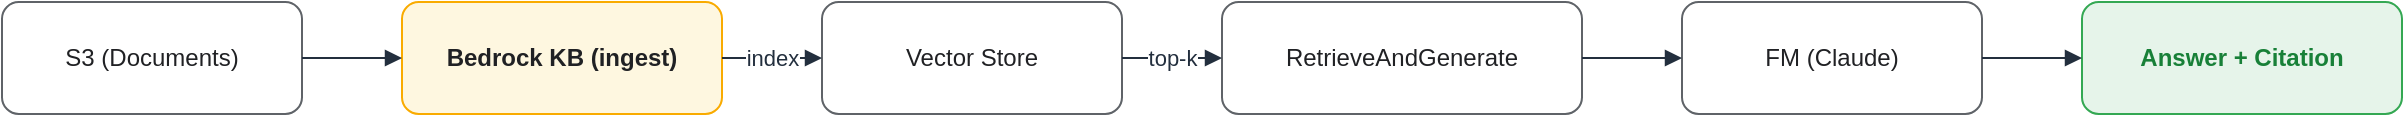
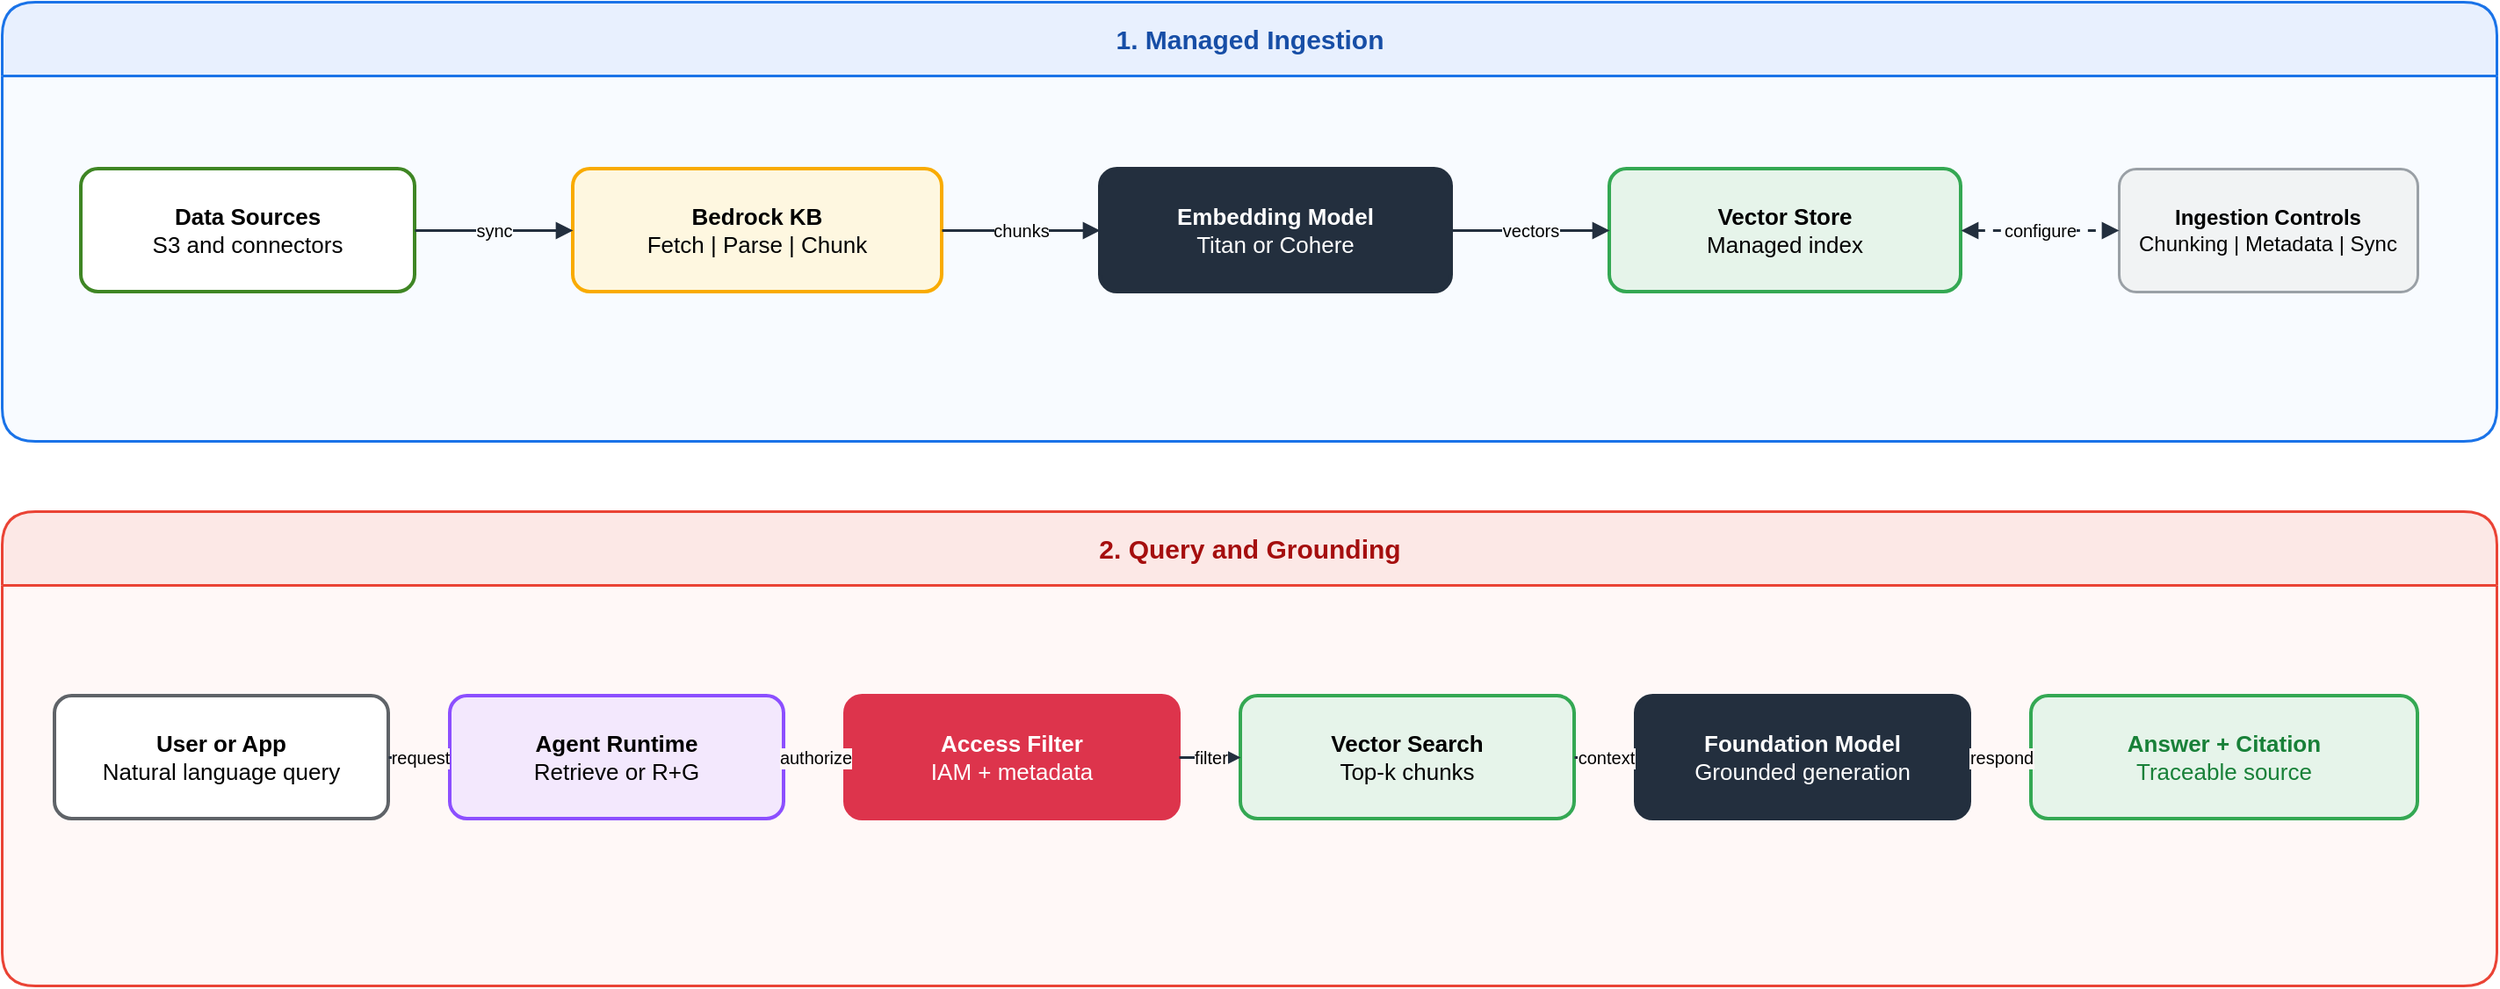
<mxfile host="app.diagrams.net">
  <diagram id="bedrock-kb" name="Bedrock Knowledge Base">
-     <mxGraphModel dx="1300" dy="400" grid="0" gridSize="10" guides="1" tooltips="1" connect="1" arrows="1" fold="1" page="1" pageScale="1" pageWidth="1300" pageHeight="220" math="0" shadow="0">
+     <mxGraphModel dx="1500" dy="640" grid="0" gridSize="10" guides="1" tooltips="1" connect="1" arrows="1" fold="1" page="1" pageScale="1" pageWidth="1500" pageHeight="640" math="0" shadow="0">
      <root>
        <mxCell id="0" />
        <mxCell id="1" parent="0" />
-         <mxCell id="s3" value="S3 (Documents)" style="rounded=1;whiteSpace=wrap;html=1;fillColor=#FFFFFF;strokeColor=#5F6368;shadow=0;fontSize=12;fontColor=#202124;" vertex="1" parent="1">
-           <mxGeometry x="20" y="70" width="150" height="56" as="geometry" />
+         <mxCell id="ingestion-lane" value="&lt;font style=&quot;color: rgb(23, 78, 166);&quot;&gt;1. Managed Ingestion&lt;/font&gt;" style="swimlane;html=1;rounded=1;startSize=42;fillColor=#E8F0FE;swimlaneFillColor=#F8FBFF;strokeColor=#1A73E8;strokeWidth=1.5;fontSize=15;fontStyle=1;fontColor=#174EA6;shadow=0;" vertex="1" parent="1">
+           <mxGeometry x="40" y="30" width="1420" height="250" as="geometry" />
        </mxCell>
-         <mxCell id="kb" value="Bedrock KB (ingest)" style="rounded=1;whiteSpace=wrap;html=1;fillColor=#FEF7E0;strokeColor=#F9AB00;shadow=0;fontSize=12;fontColor=#202124;fontStyle=1;" vertex="1" parent="1">
-           <mxGeometry x="220" y="70" width="160" height="56" as="geometry" />
+         <mxCell id="query-lane" value="&lt;font style=&quot;color: rgb(165, 14, 14);&quot;&gt;2. Query and Grounding&lt;/font&gt;" style="swimlane;html=1;rounded=1;startSize=42;fillColor=#FCE8E6;swimlaneFillColor=#FFF8F7;strokeColor=#EA4335;strokeWidth=1.5;fontSize=15;fontStyle=1;fontColor=#A50E0E;shadow=0;" vertex="1" parent="1">
+           <mxGeometry x="40" y="320" width="1420" height="270" as="geometry" />
        </mxCell>
-         <mxCell id="vstore" value="Vector Store" style="rounded=1;whiteSpace=wrap;html=1;fillColor=#FFFFFF;strokeColor=#5F6368;shadow=0;fontSize=12;fontColor=#202124;" vertex="1" parent="1">
-           <mxGeometry x="430" y="70" width="150" height="56" as="geometry" />
+         <mxCell id="data-sources" value="&lt;font style=&quot;color: rgb(0, 0, 0);&quot;&gt;&lt;b&gt;Data Sources&lt;/b&gt;&lt;br&gt;S3 and connectors&lt;/font&gt;" style="rounded=1;arcSize=14;whiteSpace=wrap;html=1;fillColor=#FFFFFF;strokeColor=#3F8624;strokeWidth=2;fontSize=13;fontColor=#000000;shadow=0;" vertex="1" parent="1">
+           <mxGeometry x="85" y="125" width="190" height="70" as="geometry" />
        </mxCell>
-         <mxCell id="rag" value="RetrieveAndGenerate" style="rounded=1;whiteSpace=wrap;html=1;fillColor=#FFFFFF;strokeColor=#5F6368;shadow=0;fontSize=12;fontColor=#202124;" vertex="1" parent="1">
-           <mxGeometry x="630" y="70" width="180" height="56" as="geometry" />
+         <mxCell id="kb-ingestion" value="&lt;font style=&quot;color: rgb(0, 0, 0);&quot;&gt;&lt;b&gt;Bedrock KB&lt;/b&gt;&lt;br&gt;Fetch | Parse | Chunk&lt;/font&gt;" style="rounded=1;arcSize=14;whiteSpace=wrap;html=1;fillColor=#FEF7E0;strokeColor=#F9AB00;strokeWidth=2;fontSize=13;fontColor=#000000;shadow=0;" vertex="1" parent="1">
+           <mxGeometry x="365" y="125" width="210" height="70" as="geometry" />
        </mxCell>
-         <mxCell id="fm" value="FM (Claude)" style="rounded=1;whiteSpace=wrap;html=1;fillColor=#FFFFFF;strokeColor=#5F6368;shadow=0;fontSize=12;fontColor=#202124;" vertex="1" parent="1">
-           <mxGeometry x="860" y="70" width="150" height="56" as="geometry" />
+         <mxCell id="embedding-model" value="&lt;font style=&quot;color: rgb(255, 255, 255);&quot;&gt;&lt;b&gt;Embedding Model&lt;/b&gt;&lt;br&gt;Titan or Cohere&lt;/font&gt;" style="rounded=1;arcSize=14;whiteSpace=wrap;html=1;fillColor=#232F3E;strokeColor=#232F3E;strokeWidth=2;fontSize=13;fontColor=#FFFFFF;shadow=0;" vertex="1" parent="1">
+           <mxGeometry x="665" y="125" width="200" height="70" as="geometry" />
        </mxCell>
-         <mxCell id="answer" value="Answer + Citation" style="rounded=1;whiteSpace=wrap;html=1;fillColor=#E6F4EA;strokeColor=#34A853;shadow=0;fontSize=12;fontColor=#188038;fontStyle=1;" vertex="1" parent="1">
-           <mxGeometry x="1060" y="70" width="160" height="56" as="geometry" />
+         <mxCell id="vector-store" value="&lt;font style=&quot;color: rgb(0, 0, 0);&quot;&gt;&lt;b&gt;Vector Store&lt;/b&gt;&lt;br&gt;Managed index&lt;/font&gt;" style="rounded=1;arcSize=14;whiteSpace=wrap;html=1;fillColor=#E6F4EA;strokeColor=#34A853;strokeWidth=2;fontSize=13;fontColor=#000000;shadow=0;" vertex="1" parent="1">
+           <mxGeometry x="955" y="125" width="200" height="70" as="geometry" />
        </mxCell>
-         <mxCell id="x1" style="edgeStyle=orthogonalEdgeStyle;rounded=1;html=1;endArrow=block;strokeColor=#232F3E;" edge="1" parent="1" source="s3" target="kb">
-           <mxGeometry relative="1" as="geometry" />
+         <mxCell id="ingestion-controls" value="&lt;font style=&quot;color: rgb(0, 0, 0);&quot;&gt;&lt;b&gt;Ingestion Controls&lt;/b&gt;&lt;br&gt;Chunking | Metadata | Sync&lt;/font&gt;" style="rounded=1;arcSize=14;whiteSpace=wrap;html=1;fillColor=#F1F3F4;strokeColor=#9AA0A6;strokeWidth=1.5;fontSize=12;fontColor=#000000;shadow=0;" vertex="1" parent="1">
+           <mxGeometry x="1245" y="125" width="170" height="70" as="geometry" />
        </mxCell>
-         <mxCell id="x2" value="index" style="edgeStyle=orthogonalEdgeStyle;rounded=1;html=1;endArrow=block;strokeColor=#232F3E;fontColor=#232F3E;fontSize=11;labelBackgroundColor=#FFFFFF;" edge="1" parent="1" source="kb" target="vstore">
-           <mxGeometry relative="1" as="geometry" />
+         <mxCell id="client-query" value="&lt;font style=&quot;color: rgb(0, 0, 0);&quot;&gt;&lt;b&gt;User or App&lt;/b&gt;&lt;br&gt;Natural language query&lt;/font&gt;" style="rounded=1;arcSize=14;whiteSpace=wrap;html=1;fillColor=#FFFFFF;strokeColor=#5F6368;strokeWidth=2;fontSize=13;fontColor=#000000;shadow=0;" vertex="1" parent="1">
+           <mxGeometry x="70" y="425" width="190" height="70" as="geometry" />
        </mxCell>
-         <mxCell id="x3" value="top-k" style="edgeStyle=orthogonalEdgeStyle;rounded=1;html=1;endArrow=block;strokeColor=#232F3E;fontColor=#232F3E;fontSize=11;labelBackgroundColor=#FFFFFF;" edge="1" parent="1" source="vstore" target="rag">
-           <mxGeometry relative="1" as="geometry" />
+         <mxCell id="runtime-api" value="&lt;font style=&quot;color: rgb(0, 0, 0);&quot;&gt;&lt;b&gt;Agent Runtime&lt;/b&gt;&lt;br&gt;Retrieve or R+G&lt;/font&gt;" style="rounded=1;arcSize=14;whiteSpace=wrap;html=1;fillColor=#F3E8FD;strokeColor=#8C4FFF;strokeWidth=2;fontSize=13;fontColor=#000000;shadow=0;" vertex="1" parent="1">
+           <mxGeometry x="295" y="425" width="190" height="70" as="geometry" />
        </mxCell>
-         <mxCell id="x4" style="edgeStyle=orthogonalEdgeStyle;rounded=1;html=1;endArrow=block;strokeColor=#232F3E;" edge="1" parent="1" source="rag" target="fm">
-           <mxGeometry relative="1" as="geometry" />
+         <mxCell id="access-filter" value="&lt;font style=&quot;color: rgb(255, 255, 255);&quot;&gt;&lt;b&gt;Access Filter&lt;/b&gt;&lt;br&gt;IAM + metadata&lt;/font&gt;" style="rounded=1;arcSize=14;whiteSpace=wrap;html=1;fillColor=#DD344C;strokeColor=#DD344C;strokeWidth=2;fontSize=13;fontColor=#FFFFFF;shadow=0;" vertex="1" parent="1">
+           <mxGeometry x="520" y="425" width="190" height="70" as="geometry" />
        </mxCell>
-         <mxCell id="x5" style="edgeStyle=orthogonalEdgeStyle;rounded=1;html=1;endArrow=block;strokeColor=#232F3E;" edge="1" parent="1" source="fm" target="answer">
-           <mxGeometry relative="1" as="geometry" />
+         <mxCell id="vector-search" value="&lt;font style=&quot;color: rgb(0, 0, 0);&quot;&gt;&lt;b&gt;Vector Search&lt;/b&gt;&lt;br&gt;Top-k chunks&lt;/font&gt;" style="rounded=1;arcSize=14;whiteSpace=wrap;html=1;fillColor=#E6F4EA;strokeColor=#34A853;strokeWidth=2;fontSize=13;fontColor=#000000;shadow=0;" vertex="1" parent="1">
+           <mxGeometry x="745" y="425" width="190" height="70" as="geometry" />
        </mxCell>
+         <mxCell id="foundation-model" value="&lt;font style=&quot;color: rgb(255, 255, 255);&quot;&gt;&lt;b&gt;Foundation Model&lt;/b&gt;&lt;br&gt;Grounded generation&lt;/font&gt;" style="rounded=1;arcSize=14;whiteSpace=wrap;html=1;fillColor=#232F3E;strokeColor=#232F3E;strokeWidth=2;fontSize=13;fontColor=#FFFFFF;shadow=0;" vertex="1" parent="1">
+           <mxGeometry x="970" y="425" width="190" height="70" as="geometry" />
+         </mxCell>
+         <mxCell id="grounded-answer" value="&lt;font style=&quot;color: rgb(24, 128, 56);&quot;&gt;&lt;b&gt;Answer + Citation&lt;/b&gt;&lt;br&gt;Traceable source&lt;/font&gt;" style="rounded=1;arcSize=14;whiteSpace=wrap;html=1;fillColor=#E6F4EA;strokeColor=#34A853;strokeWidth=2;fontSize=13;fontColor=#188038;shadow=0;" vertex="1" parent="1">
+           <mxGeometry x="1195" y="425" width="220" height="70" as="geometry" />
+         </mxCell>
+         <mxCell id="ingest-fetch" value="sync" style="edgeStyle=orthogonalEdgeStyle;rounded=0;html=1;endArrow=block;strokeColor=#232F3E;strokeWidth=1.5;fontSize=10;fontColor=#000000;labelBackgroundColor=#F8FBFF;" edge="1" parent="1" source="data-sources" target="kb-ingestion"><mxGeometry relative="1" as="geometry" /></mxCell>
+         <mxCell id="ingest-embed" value="chunks" style="edgeStyle=orthogonalEdgeStyle;rounded=0;html=1;endArrow=block;strokeColor=#232F3E;strokeWidth=1.5;fontSize=10;fontColor=#000000;labelBackgroundColor=#F8FBFF;" edge="1" parent="1" source="kb-ingestion" target="embedding-model"><mxGeometry relative="1" as="geometry" /></mxCell>
+         <mxCell id="ingest-index" value="vectors" style="edgeStyle=orthogonalEdgeStyle;rounded=0;html=1;endArrow=block;strokeColor=#232F3E;strokeWidth=1.5;fontSize=10;fontColor=#000000;labelBackgroundColor=#F8FBFF;" edge="1" parent="1" source="embedding-model" target="vector-store"><mxGeometry relative="1" as="geometry" /></mxCell>
+         <mxCell id="ingest-manage" value="configure" style="edgeStyle=orthogonalEdgeStyle;rounded=0;html=1;startArrow=block;endArrow=block;strokeColor=#232F3E;strokeWidth=1.5;dashed=1;fontSize=10;fontColor=#000000;labelBackgroundColor=#F8FBFF;" edge="1" parent="1" source="vector-store" target="ingestion-controls"><mxGeometry relative="1" as="geometry" /></mxCell>
+         <mxCell id="query-request" value="request" style="edgeStyle=orthogonalEdgeStyle;rounded=0;html=1;endArrow=block;strokeColor=#232F3E;strokeWidth=1.5;fontSize=10;fontColor=#000000;labelBackgroundColor=#FFF8F7;" edge="1" parent="1" source="client-query" target="runtime-api"><mxGeometry relative="1" as="geometry" /></mxCell>
+         <mxCell id="query-authorize" value="authorize" style="edgeStyle=orthogonalEdgeStyle;rounded=0;html=1;endArrow=block;strokeColor=#232F3E;strokeWidth=1.5;fontSize=10;fontColor=#000000;labelBackgroundColor=#FFF8F7;" edge="1" parent="1" source="runtime-api" target="access-filter"><mxGeometry relative="1" as="geometry" /></mxCell>
+         <mxCell id="query-retrieve" value="filter" style="edgeStyle=orthogonalEdgeStyle;rounded=0;html=1;endArrow=block;strokeColor=#232F3E;strokeWidth=1.5;fontSize=10;fontColor=#000000;labelBackgroundColor=#FFF8F7;" edge="1" parent="1" source="access-filter" target="vector-search"><mxGeometry relative="1" as="geometry" /></mxCell>
+         <mxCell id="query-ground" value="context" style="edgeStyle=orthogonalEdgeStyle;rounded=0;html=1;endArrow=block;strokeColor=#232F3E;strokeWidth=1.5;fontSize=10;fontColor=#000000;labelBackgroundColor=#FFF8F7;" edge="1" parent="1" source="vector-search" target="foundation-model"><mxGeometry relative="1" as="geometry" /></mxCell>
+         <mxCell id="query-answer" value="respond" style="edgeStyle=orthogonalEdgeStyle;rounded=0;html=1;endArrow=block;strokeColor=#232F3E;strokeWidth=1.5;fontSize=10;fontColor=#000000;labelBackgroundColor=#FFF8F7;" edge="1" parent="1" source="foundation-model" target="grounded-answer"><mxGeometry relative="1" as="geometry" /></mxCell>
      </root>
    </mxGraphModel>
  </diagram>
</mxfile>
